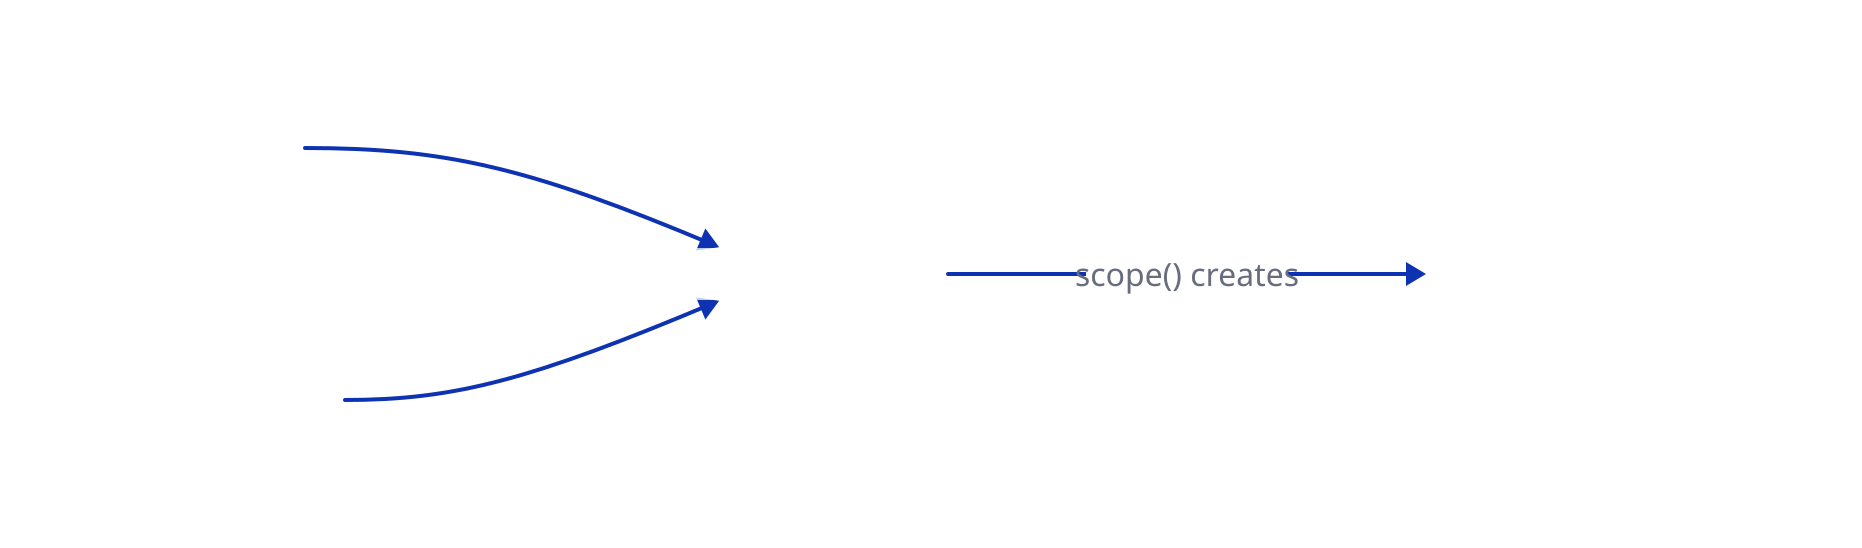
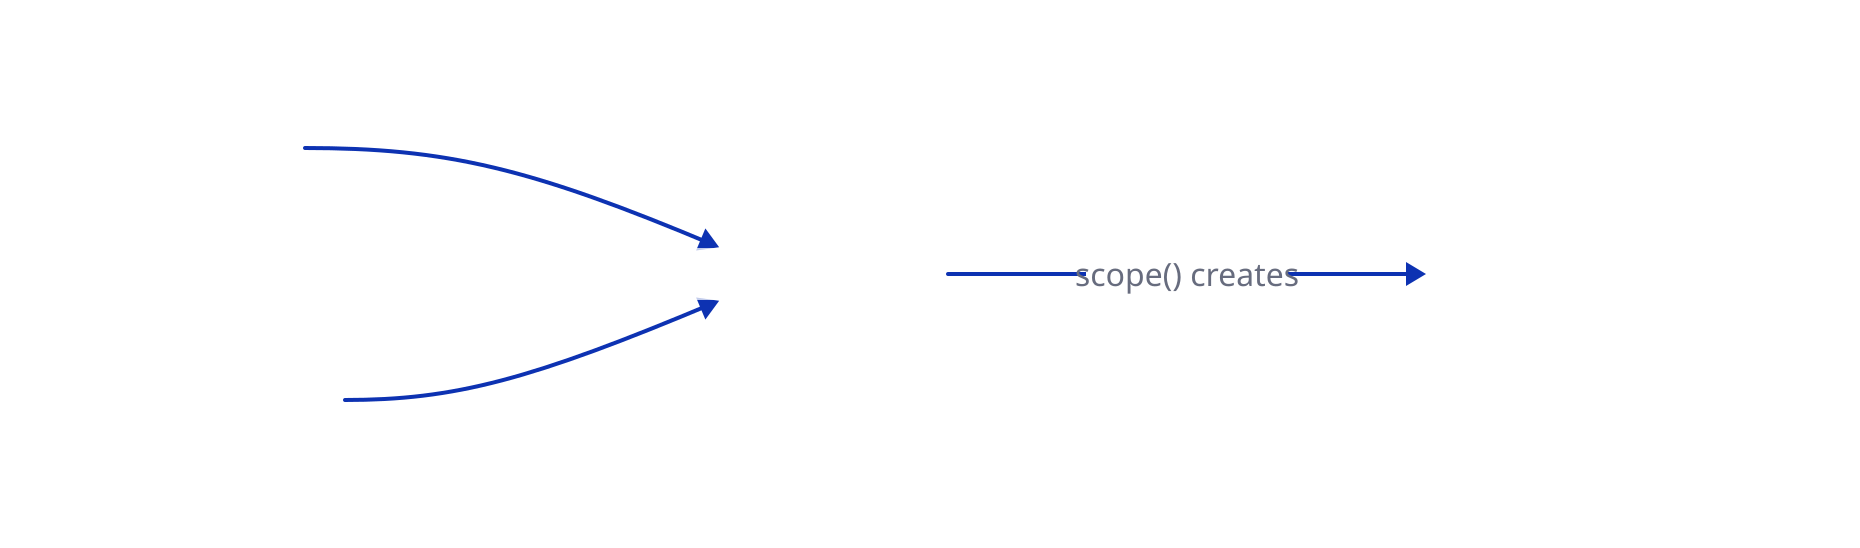
style: {
    fill: transparent
}

vars: {
    d2-config: {
        pad: 40
    }
}

direction: right

DepsPlan: {
    shape: rectangle
    label: |md
        ### Deps Plan
        What to build
    |
}

LifecyclePlan: {
    shape: rectangle
    label: |md
        ### Lifecycle Plan
        Startup / shutdown
    |
}

Runtime: {
    shape: rectangle
    style: {
        stroke: "#4a90d9"
    }
    label: |md
        ### ExecutionRuntime
    |
}

Context: {
    shape: rectangle
    style: {
        stroke: "#2e7d32"
    }
    label: |md
        ### ExecutionContext
-         Resolve ports for usecases
+         Resolve ports for handlers
    |
}

DepsPlan -> Runtime
LifecyclePlan -> Runtime
Runtime -> Context: scope() creates
